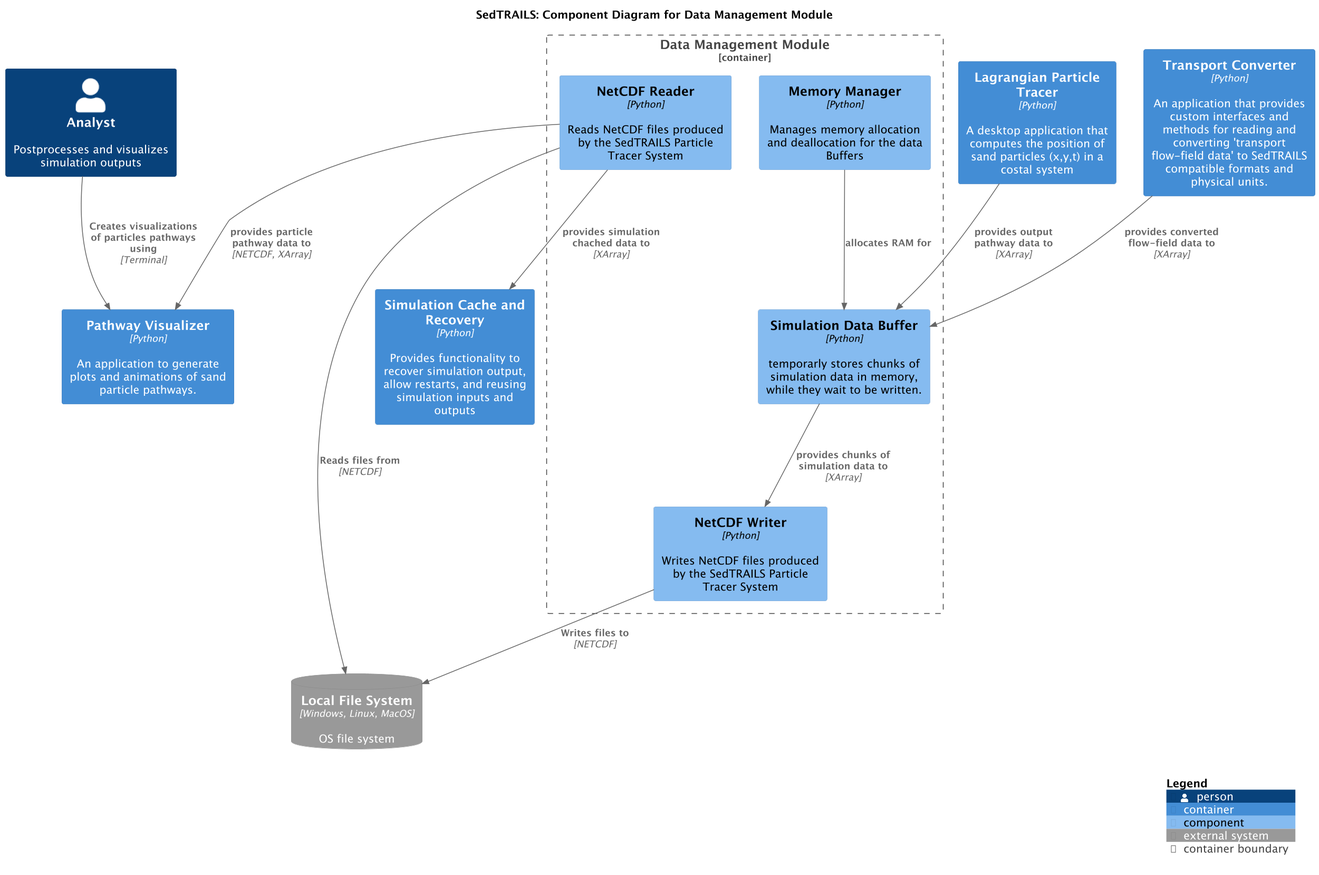
Earlier version of the PlantUML export docs/_static/img/architecture/SedtrailComponentsDataManagement.png (sgpearson17/sedtrails-sgp). The source it was exported from:
```plantuml
@startuml SedtrailComponentsDataManagement
!include ./c4/C4_Component.puml


title SedTRAILS: Component Diagram for Data Management Module
scale 1.5

Person(analyst, "Analyst", "Postprocesses and visualizes simulation outputs")

Container(pathwayVisualizer, "Pathway Visualizer", "Python", "An application to generate plots and animations of sand particle pathways.")

Container(cache, "Simulation Cache and Recovery", "Python", "Provides functionality to recover simulation output, allow restarts, and reusing simulation inputs and outputs")

Container(particleTracer, "Lagrangian Particle Tracer", "Python", "A desktop application that computes the position of sand particles (x,y,t) in a costal system")

Container(transportConverter, "Transport Converter", "Python", "An application that provides custom interfaces and methods for reading and converting 'transport flow-field data' to SedTRAILS compatible formats and physical units.")

SystemDb_Ext(fileSystem, "Local File System", "OS file system", $type="Windows, Linux, MacOS")

Container_Boundary(dataManager, "Data Management Module", "Python", "An application that manage data and files produced by the SedTRAILS Pacticle Tracer System"){
    Component(fileReader, "NetCDF Reader", "Python", "Reads NetCDF files produced by the SedTRAILS Particle Tracer System")
    Component(fileWriter, "NetCDF Writer", "Python", "Writes NetCDF files produced by the SedTRAILS Particle Tracer System")
    Component(simulBuffer, "Simulation Data Buffer", "Python", "temporarly stores chunks of simulation data in memory, while they wait to be written.")
    Component(memoryManager, "Memory Manager", "Python", "Manages memory allocation and deallocation for the data Buffers")

    Rel(simulBuffer, fileWriter, "provides chunks of simulation data to", "XArray")
    Rel(memoryManager, simulBuffer, "allocates RAM for")
}

Rel(fileReader, fileSystem, "Reads files from", "NETCDF")
Rel(fileWriter, fileSystem, "Writes files to", "NETCDF")

Rel(transportConverter, simulBuffer, "provides converted flow-field data to", "XArray")
Rel(particleTracer, simulBuffer, "provides output pathway data to", "XArray")

Rel(fileReader, cache, "provides simulation chached data to", "XArray")

Rel(fileReader, pathwayVisualizer, "provides particle pathway data to", "NETCDF, XArray")
Rel(analyst, pathwayVisualizer, "Creates visualizations of particles pathways using", "Terminal")

SHOW_LEGEND()
@enduml
```
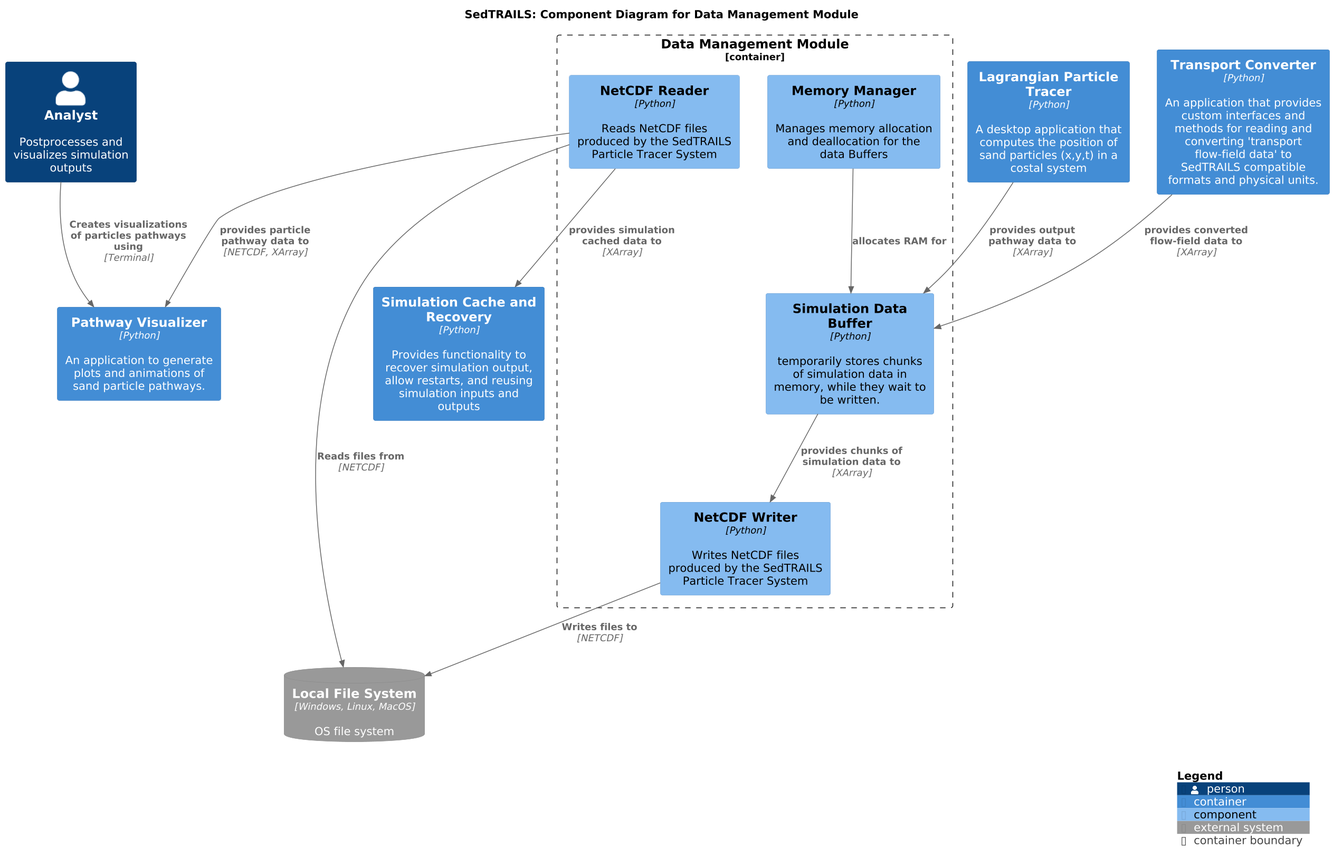
The same diagram one commit later.

Diff of the diagram source:
```diff
@@ -17,10 +17,10 @@
 
 SystemDb_Ext(fileSystem, "Local File System", "OS file system", $type="Windows, Linux, MacOS")
 
-Container_Boundary(dataManager, "Data Management Module", "Python", "An application that manage data and files produced by the SedTRAILS Pacticle Tracer System"){
+Container_Boundary(dataManager, "Data Management Module", "Python", "An application that manage data and files produced by the SedTRAILS Particle Tracer System"){
     Component(fileReader, "NetCDF Reader", "Python", "Reads NetCDF files produced by the SedTRAILS Particle Tracer System")
     Component(fileWriter, "NetCDF Writer", "Python", "Writes NetCDF files produced by the SedTRAILS Particle Tracer System")
-    Component(simulBuffer, "Simulation Data Buffer", "Python", "temporarly stores chunks of simulation data in memory, while they wait to be written.")
+    Component(simulBuffer, "Simulation Data Buffer", "Python", "temporarily stores chunks of simulation data in memory, while they wait to be written.")
     Component(memoryManager, "Memory Manager", "Python", "Manages memory allocation and deallocation for the data Buffers")
 
     Rel(simulBuffer, fileWriter, "provides chunks of simulation data to", "XArray")
@@ -33,7 +33,7 @@
 Rel(transportConverter, simulBuffer, "provides converted flow-field data to", "XArray")
 Rel(particleTracer, simulBuffer, "provides output pathway data to", "XArray")
 
-Rel(fileReader, cache, "provides simulation chached data to", "XArray")
+Rel(fileReader, cache, "provides simulation cached data to", "XArray")
 
 Rel(fileReader, pathwayVisualizer, "provides particle pathway data to", "NETCDF, XArray")
 Rel(analyst, pathwayVisualizer, "Creates visualizations of particles pathways using", "Terminal")
```
